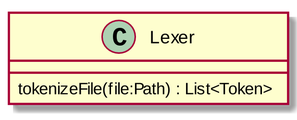
Before: Structure_UML/LexerUML.png, a diagram exported from PlantUML (MatthewBregg/DesignPatternsRepo).
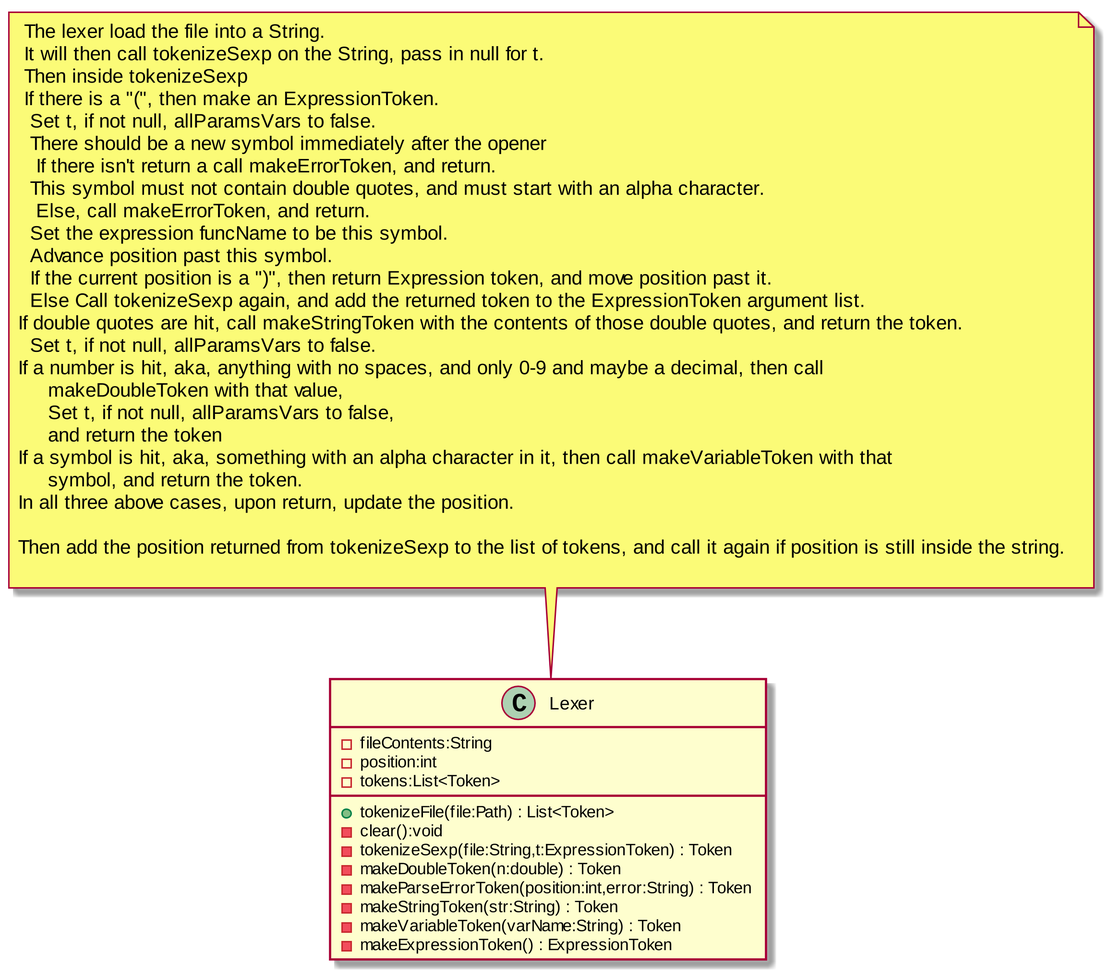
After the commit.

The edit, as a diff of the source:
```diff
@@ -2,5 +2,45 @@
 skinparam dpi 300
 
 class Lexer
-Lexer : tokenizeFile(file:Path) : List<Token>
+Lexer : +tokenizeFile(file:Path) : List<Token>
+Lexer : -clear():void
+Lexer : -fileContents:String
+Lexer : -position:int
+Lexer : -tokenizeSexp(file:String,t:ExpressionToken) : Token
+Lexer : -tokens:List<Token>
+Lexer : -makeDoubleToken(n:double) : Token
+Lexer : -makeParseErrorToken(position:int,error:String) : Token
+Lexer : -makeStringToken(str:String) : Token
+Lexer : -makeVariableToken(varName:String) : Token
+Lexer : -makeExpressionToken() : ExpressionToken
+
+note top of Lexer
+ The lexer load the file into a String.
+ It will then call tokenizeSexp on the String, pass in null for t.
+ Then inside tokenizeSexp
+ If there is a "(", then make an ExpressionToken.
+  Set t, if not null, allParamsVars to false.
+  There should be a new symbol immediately after the opener
+   If there isn't return a call makeErrorToken, and return.
+  This symbol must not contain double quotes, and must start with an alpha character.
+   Else, call makeErrorToken, and return.
+  Set the expression funcName to be this symbol.
+  Advance position past this symbol.
+  If the current position is a ")", then return Expression token, and move position past it.
+  Else Call tokenizeSexp again, and add the returned token to the ExpressionToken argument list.
+If double quotes are hit, call makeStringToken with the contents of those double quotes, and return the token.
+  Set t, if not null, allParamsVars to false.
+If a number is hit, aka, anything with no spaces, and only 0-9 and maybe a decimal, then call
+     makeDoubleToken with that value,
+     Set t, if not null, allParamsVars to false,
+     and return the token
+If a symbol is hit, aka, something with an alpha character in it, then call makeVariableToken with that
+     symbol, and return the token.
+In all three above cases, upon return, update the position.
+
+Then add the position returned from tokenizeSexp to the list of tokens, and call it again if position is still inside the string.
+
+end note
+
+
 @enduml
```
